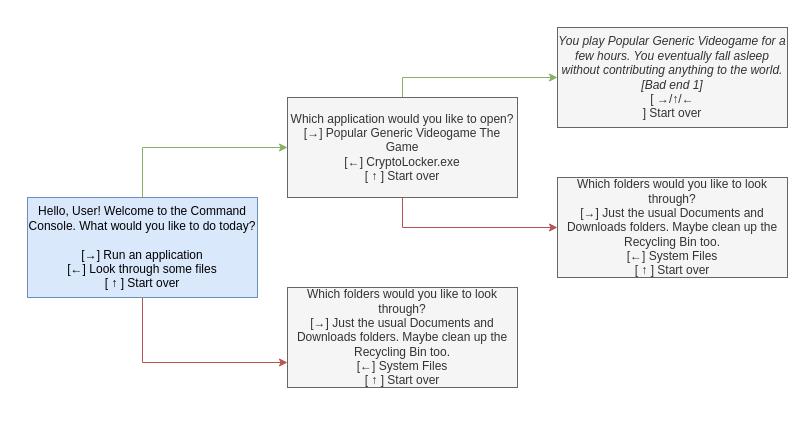
This is Story Diagram.drawio from BlizzardBunny/command-console-the-game, a draw.io file, before an edit. Source tidied: cells renumbered, new cells numbered last; positions are measured from the earlier drawing's top-left corner, leaving out a move shared by most shapes. Both pictures are drawn from the tidied source at 100%, with x=0, y=0 at pixel (27, 27).
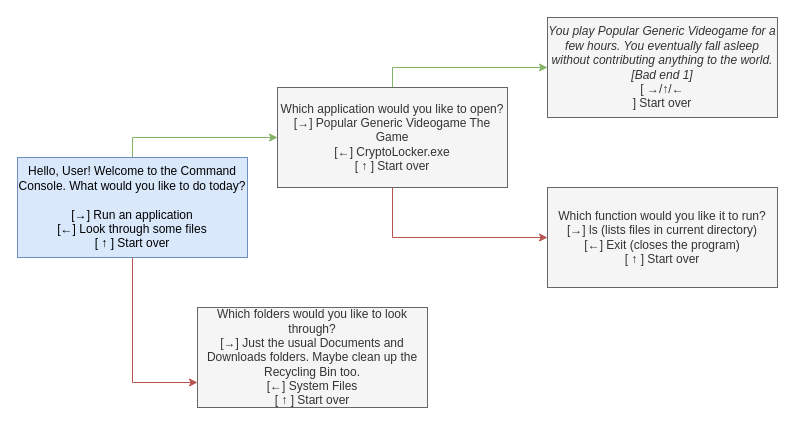
The same page after the edit.

Change to the diagram source:
```diff
@@
 <mxGraphModel>
   <root>
     <mxCell id="0" />
     <mxCell id="1" parent="0" />
     <mxCell id="2" style="edgeStyle=orthogonalEdgeStyle;rounded=0;jettySize=auto;html=1;exitX=0.5;exitY=0;exitDx=0;exitDy=0;entryX=0;entryY=0.5;entryDx=0;entryDy=0;fillColor=#d5e8d4;strokeColor=#82b366;" parent="1" edge="1" source="4" target="7">
       <mxGeometry relative="1" as="geometry" />
     </mxCell>
     <mxCell id="3" style="edgeStyle=orthogonalEdgeStyle;rounded=0;jettySize=auto;html=1;exitX=0.5;exitY=1;exitDx=0;exitDy=0;entryX=0;entryY=0.75;entryDx=0;entryDy=0;fillColor=#f8cecc;strokeColor=#b85450;" parent="1" edge="1" source="4" target="8">
       <mxGeometry relative="1" as="geometry" />
     </mxCell>
     <mxCell id="4" value="&lt;div&gt;Hello, User! Welcome to the Command Console. What would you like to do today?&lt;/div&gt;&lt;div&gt;&lt;br&gt;&lt;/div&gt;&lt;div&gt;[→] Run an application&lt;/div&gt;&lt;div&gt;[←] Look through some files&lt;/div&gt;&lt;div&gt;[ ↑ ] Start over&lt;/div&gt;" style="text;html=1;strokeColor=#6c8ebf;fillColor=#dae8fc;align=center;verticalAlign=middle;whiteSpace=wrap;rounded=0;" parent="1" vertex="1">
-      <mxGeometry y="170" width="230" height="100" as="geometry" />
+      <mxGeometry x="-10" y="130" width="230" height="100" as="geometry" />
     </mxCell>
     <mxCell id="5" style="edgeStyle=orthogonalEdgeStyle;rounded=0;jettySize=auto;html=1;exitX=0.5;exitY=0;exitDx=0;exitDy=0;entryX=0;entryY=0.5;entryDx=0;entryDy=0;fillColor=#d5e8d4;strokeColor=#82b366;" parent="1" edge="1" source="7" target="10">
       <mxGeometry relative="1" as="geometry" />
     </mxCell>
     <mxCell id="6" style="edgeStyle=orthogonalEdgeStyle;rounded=0;jettySize=auto;html=1;exitX=0.5;exitY=1;exitDx=0;exitDy=0;entryX=0;entryY=0.5;entryDx=0;entryDy=0;fillColor=#f8cecc;strokeColor=#b85450;" parent="1" edge="1" source="7" target="9">
       <mxGeometry relative="1" as="geometry" />
     </mxCell>
     <mxCell id="7" value="&lt;div&gt;Which application would you like to open?&lt;/div&gt;&lt;div&gt;&lt;span&gt; &lt;/span&gt;[→] Popular Generic Videogame The Game&lt;/div&gt;&lt;div&gt;&lt;span&gt; &lt;/span&gt;[←] CryptoLocker.exe&lt;/div&gt;&lt;div&gt;&lt;span&gt; &lt;/span&gt;[ ↑ ] Start over&lt;/div&gt;" style="text;html=1;align=center;verticalAlign=middle;whiteSpace=wrap;rounded=0;fillColor=#f5f5f5;strokeColor=#666666;fontColor=#333333;" parent="1" vertex="1">
-      <mxGeometry x="260" y="70" width="230" height="100" as="geometry" />
+      <mxGeometry x="250" y="60" width="230" height="100" as="geometry" />
     </mxCell>
     <mxCell id="8" value="&lt;div&gt;Which folders would you like to look through?&lt;/div&gt;&lt;div&gt;&lt;span&gt; &lt;/span&gt;[→] Just the usual Documents and Downloads folders. Maybe clean up the Recycling Bin too.&lt;/div&gt;&lt;div&gt;&lt;span&gt; &lt;/span&gt;[←] System Files&lt;/div&gt;&lt;div&gt;&lt;span&gt; &lt;/span&gt;[ ↑ ] Start over&lt;/div&gt;" style="text;html=1;strokeColor=#666666;fillColor=#f5f5f5;align=center;verticalAlign=middle;whiteSpace=wrap;rounded=0;fontColor=#333333;" parent="1" vertex="1">
-      <mxGeometry x="260" y="260" width="230" height="100" as="geometry" />
+      <mxGeometry x="170" y="280" width="230" height="100" as="geometry" />
     </mxCell>
-    <mxCell id="9" value="&lt;div&gt;Which folders would you like to look through?&lt;/div&gt;&lt;div&gt;&lt;span&gt; &lt;/span&gt;[→] Just the usual Documents and Downloads folders. Maybe clean up the Recycling Bin too.&lt;/div&gt;&lt;div&gt;&lt;span&gt; &lt;/span&gt;[←] System Files&lt;/div&gt;&lt;div&gt;&lt;span&gt; &lt;/span&gt;[ ↑ ] Start over&lt;/div&gt;" style="text;html=1;strokeColor=#666666;fillColor=#f5f5f5;align=center;verticalAlign=middle;whiteSpace=wrap;rounded=0;fontColor=#333333;" parent="1" vertex="1">
-      <mxGeometry x="530" y="150" width="230" height="100" as="geometry" />
+    <mxCell id="9" value="&lt;div&gt;Which function would you like it to run?&lt;/div&gt;&lt;div&gt;&lt;span&gt; &lt;/span&gt;[→] ls (lists files in current directory)&lt;/div&gt;&lt;div&gt;&lt;span&gt; &lt;/span&gt;[←] Exit (closes the program)&lt;/div&gt;&lt;div&gt;&lt;span&gt; &lt;/span&gt;[ ↑ ] Start over&lt;/div&gt;" style="text;html=1;strokeColor=#666666;fillColor=#f5f5f5;align=center;verticalAlign=middle;whiteSpace=wrap;rounded=0;fontColor=#333333;" parent="1" vertex="1">
+      <mxGeometry x="520" y="160" width="230" height="100" as="geometry" />
     </mxCell>
     <mxCell id="10" value="&lt;i&gt;You play Popular Generic Videogame for a few hours. You eventually fall asleep without contributing anything to the world. [Bad end 1]&lt;br&gt;&lt;/i&gt;[ →/↑/←&lt;br&gt;] Start over&lt;i&gt;&lt;br&gt;&lt;/i&gt;" style="text;html=1;strokeColor=#666666;fillColor=#f5f5f5;align=center;verticalAlign=middle;whiteSpace=wrap;rounded=0;fontColor=#333333;" parent="1" vertex="1">
-      <mxGeometry x="530" width="230" height="100" as="geometry" />
+      <mxGeometry x="520" y="-10" width="230" height="100" as="geometry" />
     </mxCell>
   </root>
 </mxGraphModel>
```
